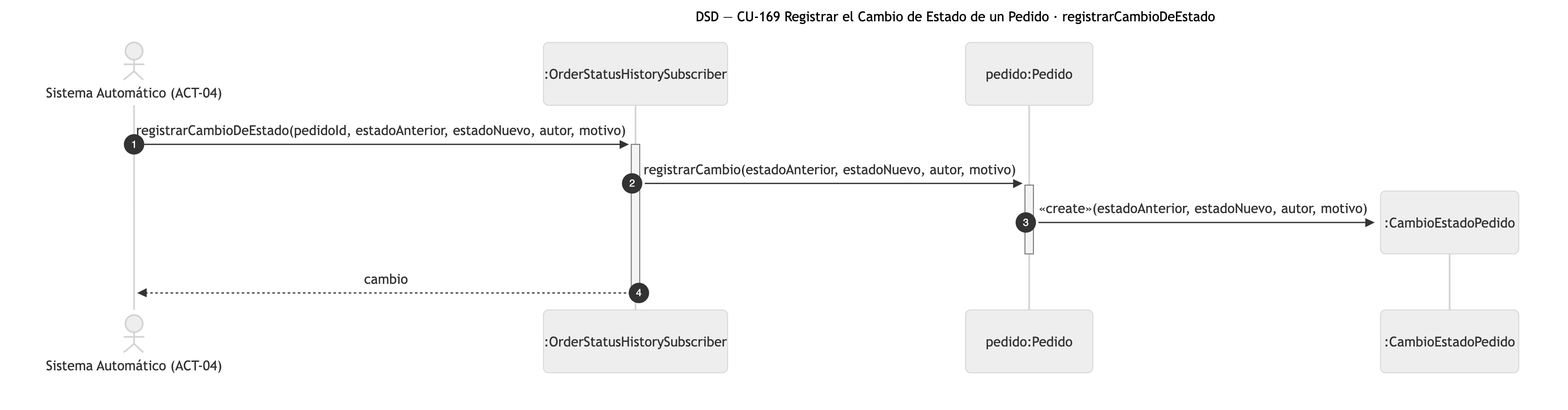
Earlier version of the Mermaid export diagramas/png/DSD_CU-169_registrarCambioDeEstado.png (Nahuelito-Dev/splg-docs). Its source is kept beside it as diagramas/DSD_CU-169_registrarCambioDeEstado.mmd.
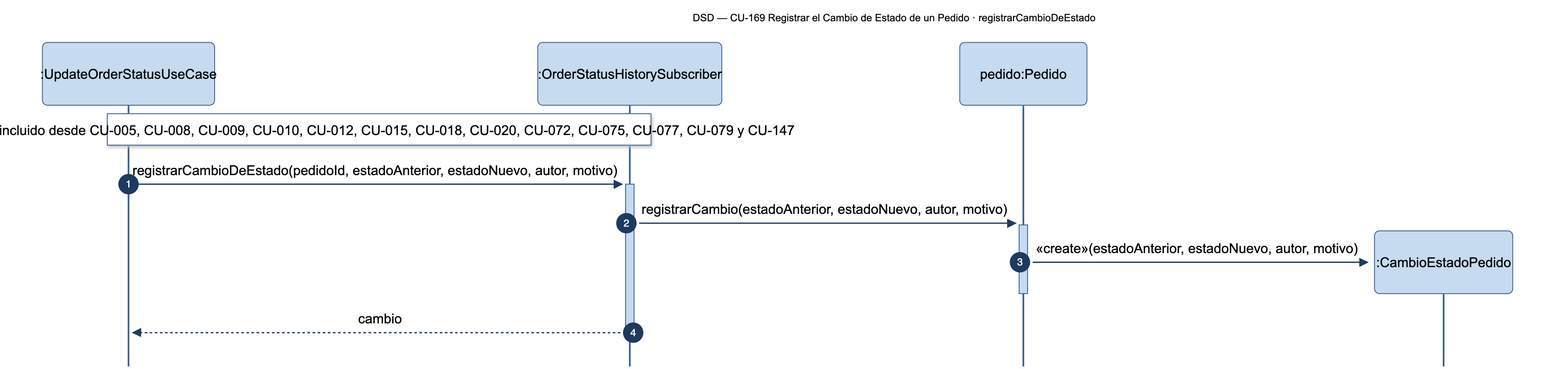
The same file after the commit.

Change to the diagram source:
```diff
@@ -1,13 +1,14 @@
 sequenceDiagram
     title DSD — CU-169 Registrar el Cambio de Estado de un Pedido · registrarCambioDeEstado
     autonumber
-    actor SIS as Sistema Automático (ACT-04)
+    participant UOS as :UpdateOrderStatusUseCase
     participant HIS as :OrderStatusHistorySubscriber
     participant PED as pedido:Pedido
 
-    SIS->>+HIS: registrarCambioDeEstado(pedidoId, estadoAnterior, estadoNuevo, autor, motivo)
+    Note over UOS,HIS: Caso incluido desde CU-005, CU-008, CU-009, CU-010, CU-012, CU-015, CU-018, CU-020, CU-072, CU-075, CU-077, CU-079 y CU-147
+    UOS->>+HIS: registrarCambioDeEstado(pedidoId, estadoAnterior, estadoNuevo, autor, motivo)
     HIS->>+PED: registrarCambio(estadoAnterior, estadoNuevo, autor, motivo)
     create participant CAM as :CambioEstadoPedido
     PED->>CAM: «create»(estadoAnterior, estadoNuevo, autor, motivo)
     deactivate PED
-    HIS-->>-SIS: cambio
+    HIS-->>-UOS: cambio
```
